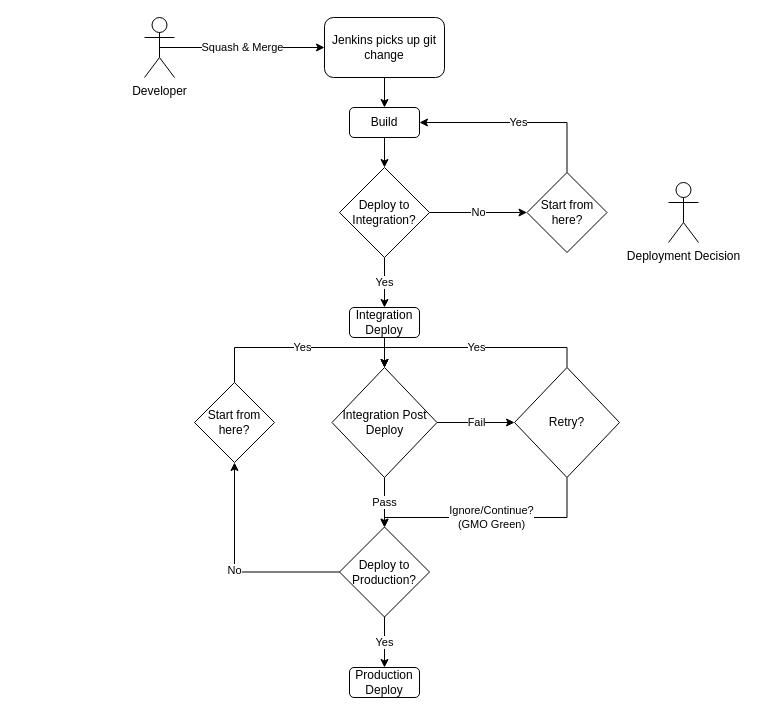
Before: Untitled Diagram.drawio in ColinQuirke/glowing-guide, a draw.io diagram. Source tidied: cells renumbered, new cells numbered last; positions are measured from the earlier drawing's top-left corner, leaving out a move shared by most shapes. Both pictures are drawn from the tidied source at 100%, with x=0, y=0 at pixel (144, 17).
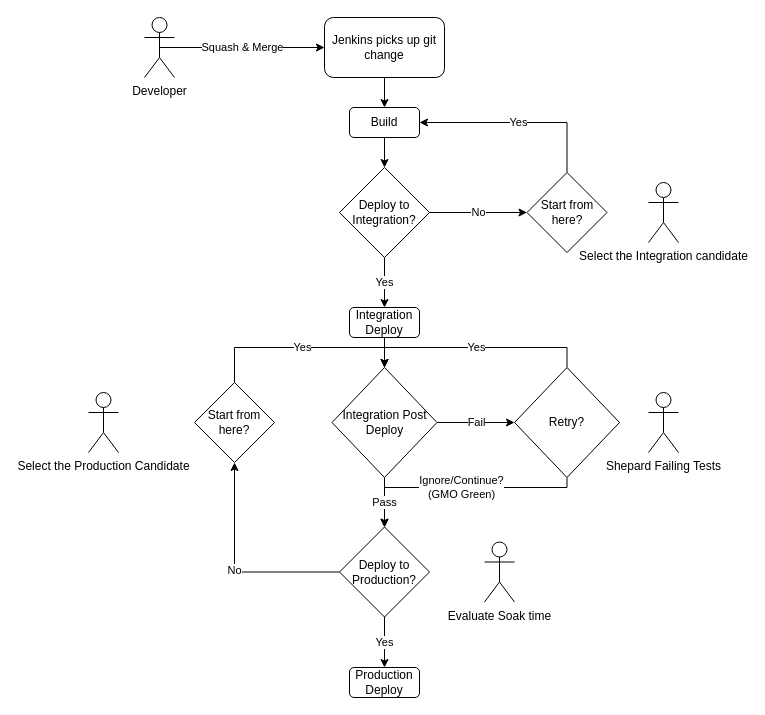
After the change.

Unchanged cells that the change refers to:
```xml
<mxCell id="11" value="Integration Post Deploy" style="rhombus;whiteSpace=wrap;html=1;" parent="1" vertex="1">
  <mxGeometry x="187.5" y="350" width="105" height="110" as="geometry" />
</mxCell>
<mxCell id="13" value="Deploy to Production?" style="rhombus;whiteSpace=wrap;html=1;" parent="1" vertex="1">
  <mxGeometry x="195" y="509.5" width="90" height="90" as="geometry" />
</mxCell>
<mxCell id="19" value="Retry?" style="rhombus;whiteSpace=wrap;html=1;" parent="1" vertex="1">
  <mxGeometry x="370" y="350" width="105" height="110" as="geometry" />
</mxCell>
```

What changed in the source:
```diff
@@
-    <mxCell id="7" value="Deploy to Integration?" style="rhombus;whiteSpace=wrap;html=1;" parent="1" vertex="1">
+    <mxCell id="7" value="Deploy to Integration?" style="rhombus;whiteSpace=wrap;html=1;strokeColor=#000000;" parent="1" vertex="1">
       <mxGeometry x="195" y="150" width="90" height="90" as="geometry" />
     </mxCell>
@@
-    <mxCell id="14" value="Pass" style="edgeStyle=orthogonalEdgeStyle;rounded=0;jettySize=auto;html=1;entryX=0.5;entryY=0;entryDx=0;entryDy=0;" parent="1" edge="1" source="11" target="13">
-      <mxGeometry relative="1" as="geometry" />
-    </mxCell>
@@
     <mxCell id="18" value="Ignore/Continue?&lt;br&gt;(GMO Green)" style="edgeStyle=orthogonalEdgeStyle;rounded=0;jettySize=auto;html=1;" parent="1" edge="1" source="19">
       <mxGeometry relative="1" as="geometry">
         <mxPoint x="240" y="510" as="targetPoint" />
         <Array as="points">
-          <mxPoint x="423" y="500" />
-          <mxPoint x="240" y="500" />
+          <mxPoint x="423" y="470" />
+          <mxPoint x="240" y="470" />
         </Array>
       </mxGeometry>
     </mxCell>
@@
-    <mxCell id="22" value="Start from here?" style="rhombus;whiteSpace=wrap;html=1;" parent="1" vertex="1">
+    <mxCell id="22" value="Start from here?" style="rhombus;whiteSpace=wrap;html=1;strokeColor=#000000;" parent="1" vertex="1">
       <mxGeometry x="382.5" y="155" width="80" height="80" as="geometry" />
     </mxCell>
@@
-    <mxCell id="27" value="Deployment Decision" style="shape=umlActor;verticalLabelPosition=bottom;labelBackgroundColor=#ffffff;verticalAlign=top;html=1;" parent="1" vertex="1">
-      <mxGeometry x="524" y="165" width="30" height="60" as="geometry" />
+    <mxCell id="27" value="Select the Integration candidate" style="shape=umlActor;verticalLabelPosition=bottom;labelBackgroundColor=#ffffff;verticalAlign=top;html=1;" parent="1" vertex="1">
+      <mxGeometry x="504" y="165" width="30" height="60" as="geometry" />
     </mxCell>
+    <mxCell id="28" value="Select the Production Candidate" style="shape=umlActor;verticalLabelPosition=bottom;labelBackgroundColor=#ffffff;verticalAlign=top;html=1;" parent="1" vertex="1">
+      <mxGeometry x="-56" y="375" width="30" height="60" as="geometry" />
+    </mxCell>
+    <mxCell id="14" value="Pass" style="edgeStyle=orthogonalEdgeStyle;rounded=0;jettySize=auto;html=1;entryX=0.5;entryY=0;entryDx=0;entryDy=0;" parent="1" edge="1" source="11" target="13">
+      <mxGeometry relative="1" as="geometry" />
+    </mxCell>
+    <mxCell id="29" value="Shepard Failing Tests" style="shape=umlActor;verticalLabelPosition=bottom;labelBackgroundColor=#ffffff;verticalAlign=top;html=1;" parent="1" vertex="1">
+      <mxGeometry x="504" y="375" width="30" height="60" as="geometry" />
+    </mxCell>
+    <mxCell id="30" value="Evaluate Soak time" style="shape=umlActor;verticalLabelPosition=bottom;labelBackgroundColor=#ffffff;verticalAlign=top;html=1;" parent="1" vertex="1">
+      <mxGeometry x="340" y="524.5" width="30" height="60" as="geometry" />
+    </mxCell>
```
